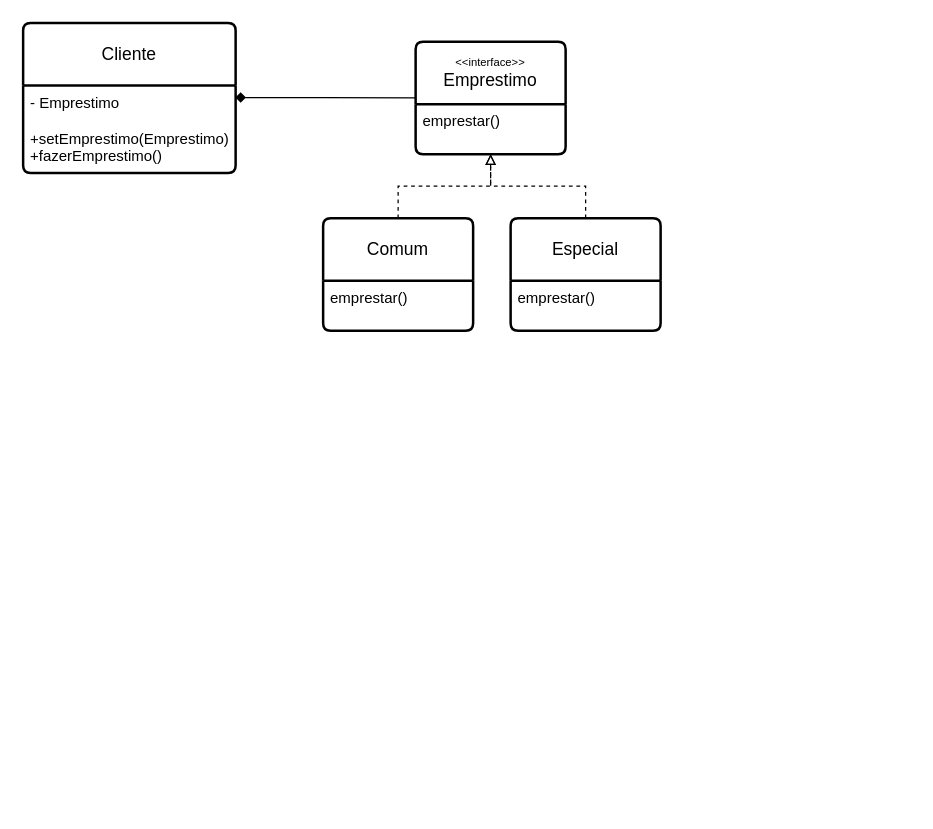
The draw.io diagram Padrões de Projeto/Strategy/Strategy.drawio in BeatrizBonatto/Bertoti, before the edit. Source tidied: cells renumbered, new cells numbered last; positions are measured from the earlier drawing's top-left corner, leaving out a move shared by most shapes. Both pictures are drawn from the tidied source at 125%, with x=0, y=0 at pixel (22, 22).
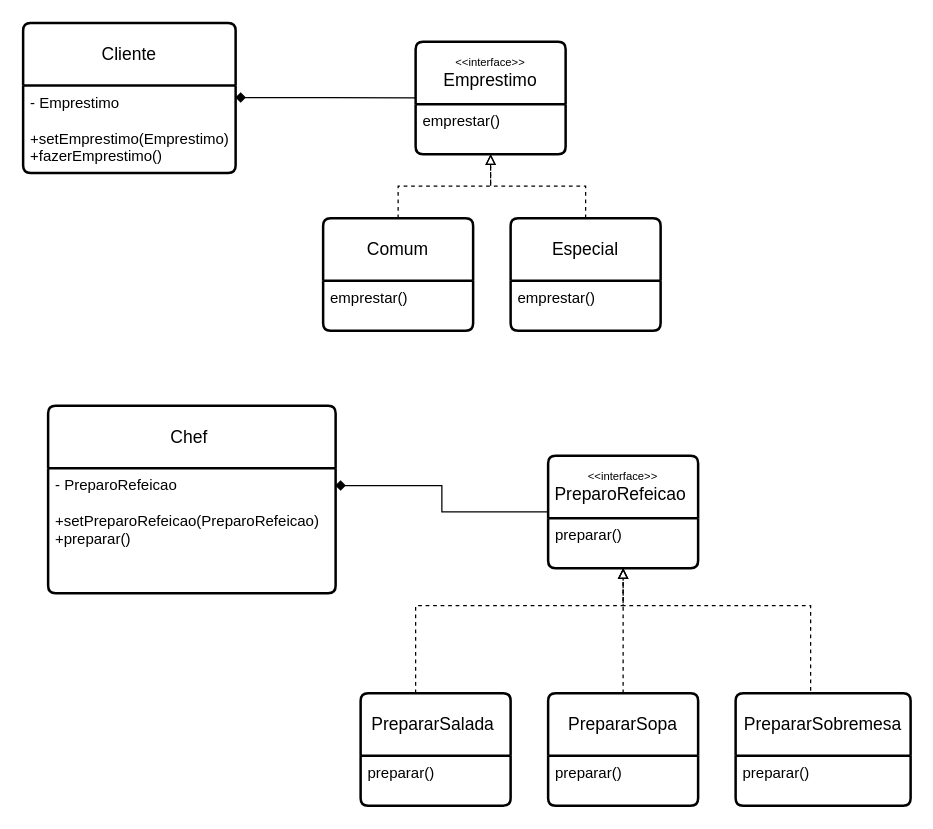
The same page after the edit.

The edit, as a diff of the source:
```diff
@@
+    <mxCell id="13" value="Chef&amp;nbsp;" style="swimlane;horizontal=1;startSize=50;rounded=1;fontSize=14;fontStyle=0;strokeWidth=2;shadow=0;dashed=0;align=center;arcSize=4;whiteSpace=wrap;html=1;" parent="1" vertex="1">
+      <mxGeometry x="20" y="306" width="230" height="150" as="geometry" />
+    </mxCell>
+    <mxCell id="14" value="- PreparoRefeicao&lt;div&gt;&lt;br&gt;&lt;/div&gt;&lt;div&gt;&lt;div&gt;+setPreparoRefeicao(PreparoRefeicao)&lt;/div&gt;&lt;div&gt;+preparar()&lt;/div&gt;&lt;/div&gt;" style="align=left;strokeColor=none;fillColor=none;spacingLeft=4;fontSize=12;verticalAlign=top;html=1;" parent="13" vertex="1">
+      <mxGeometry y="50" width="230" height="100" as="geometry" />
+    </mxCell>
+    <mxCell id="15" value="&lt;div style=&quot;font-size: 9px;&quot;&gt;&amp;lt;&amp;lt;interface&amp;gt;&amp;gt;&lt;/div&gt;PreparoRefeicao&amp;nbsp;" style="swimlane;horizontal=1;startSize=50;rounded=1;fontSize=14;fontStyle=0;strokeWidth=2;shadow=0;dashed=0;align=center;arcSize=4;whiteSpace=wrap;html=1;" parent="1" vertex="1">
+      <mxGeometry x="420" y="346" width="120" height="90" as="geometry" />
+    </mxCell>
+    <mxCell id="16" value="preparar()" style="align=left;strokeColor=none;fillColor=none;spacingLeft=4;fontSize=12;verticalAlign=top;html=1;" parent="15" vertex="1">
+      <mxGeometry y="50" width="120" height="40" as="geometry" />
+    </mxCell>
+    <mxCell id="17" style="edgeStyle=orthogonalEdgeStyle;rounded=0;jettySize=auto;html=1;entryX=0.5;entryY=1;entryDx=0;entryDy=0;dashed=1;endArrow=block;endFill=0;" parent="1" edge="1" source="18" target="16">
+      <mxGeometry relative="1" as="geometry">
+        <Array as="points">
+          <mxPoint x="314" y="466" />
+          <mxPoint x="480" y="466" />
+        </Array>
+      </mxGeometry>
+    </mxCell>
+    <mxCell id="18" value="PrepararSalada&amp;nbsp;" style="swimlane;horizontal=1;startSize=50;rounded=1;fontSize=14;fontStyle=0;strokeWidth=2;shadow=0;dashed=0;align=center;arcSize=4;whiteSpace=wrap;html=1;" parent="1" vertex="1">
+      <mxGeometry x="270" y="536" width="120" height="90" as="geometry" />
+    </mxCell>
+    <mxCell id="19" value="preparar()" style="align=left;strokeColor=none;fillColor=none;spacingLeft=4;fontSize=12;verticalAlign=top;html=1;" parent="18" vertex="1">
+      <mxGeometry y="50" width="120" height="40" as="geometry" />
+    </mxCell>
+    <mxCell id="20" style="edgeStyle=orthogonalEdgeStyle;rounded=0;jettySize=auto;html=1;entryX=0.5;entryY=1;entryDx=0;entryDy=0;dashed=1;endArrow=block;endFill=0;" parent="1" edge="1" source="21" target="16">
+      <mxGeometry relative="1" as="geometry" />
+    </mxCell>
+    <mxCell id="21" value="PrepararSopa" style="swimlane;horizontal=1;startSize=50;rounded=1;fontSize=14;fontStyle=0;strokeWidth=2;shadow=0;dashed=0;align=center;arcSize=4;whiteSpace=wrap;html=1;" parent="1" vertex="1">
+      <mxGeometry x="420" y="536" width="120" height="90" as="geometry" />
+    </mxCell>
+    <mxCell id="22" value="preparar()" style="align=left;strokeColor=none;fillColor=none;spacingLeft=4;fontSize=12;verticalAlign=top;html=1;" parent="21" vertex="1">
+      <mxGeometry y="50" width="120" height="40" as="geometry" />
+    </mxCell>
+    <mxCell id="23" style="edgeStyle=orthogonalEdgeStyle;rounded=0;jettySize=auto;html=1;entryX=0;entryY=0.5;entryDx=0;entryDy=0;exitX=0.999;exitY=0.139;exitDx=0;exitDy=0;exitPerimeter=0;startArrow=diamond;startFill=1;endArrow=none;endFill=0;strokeWidth=1;" parent="1" edge="1" source="14" target="15">
+      <mxGeometry relative="1" as="geometry" />
+    </mxCell>
+    <mxCell id="24" style="edgeStyle=orthogonalEdgeStyle;rounded=0;jettySize=auto;html=1;dashed=1;endArrow=block;endFill=0;exitX=0.5;exitY=0;exitDx=0;exitDy=0;entryX=0.5;entryY=1;entryDx=0;entryDy=0;" parent="1" edge="1" source="25" target="16">
+      <mxGeometry relative="1" as="geometry">
+        <Array as="points">
+          <mxPoint x="630" y="466" />
+          <mxPoint x="480" y="466" />
+        </Array>
+      </mxGeometry>
+    </mxCell>
+    <mxCell id="25" value="PrepararSobremesa" style="swimlane;horizontal=1;startSize=50;rounded=1;fontSize=14;fontStyle=0;strokeWidth=2;shadow=0;dashed=0;align=center;arcSize=4;whiteSpace=wrap;html=1;" parent="1" vertex="1">
+      <mxGeometry x="570" y="536" width="140" height="90" as="geometry" />
+    </mxCell>
+    <mxCell id="26" value="preparar()" style="align=left;strokeColor=none;fillColor=none;spacingLeft=4;fontSize=12;verticalAlign=top;html=1;" parent="25" vertex="1">
+      <mxGeometry y="50" width="140" height="40" as="geometry" />
+    </mxCell>
```
